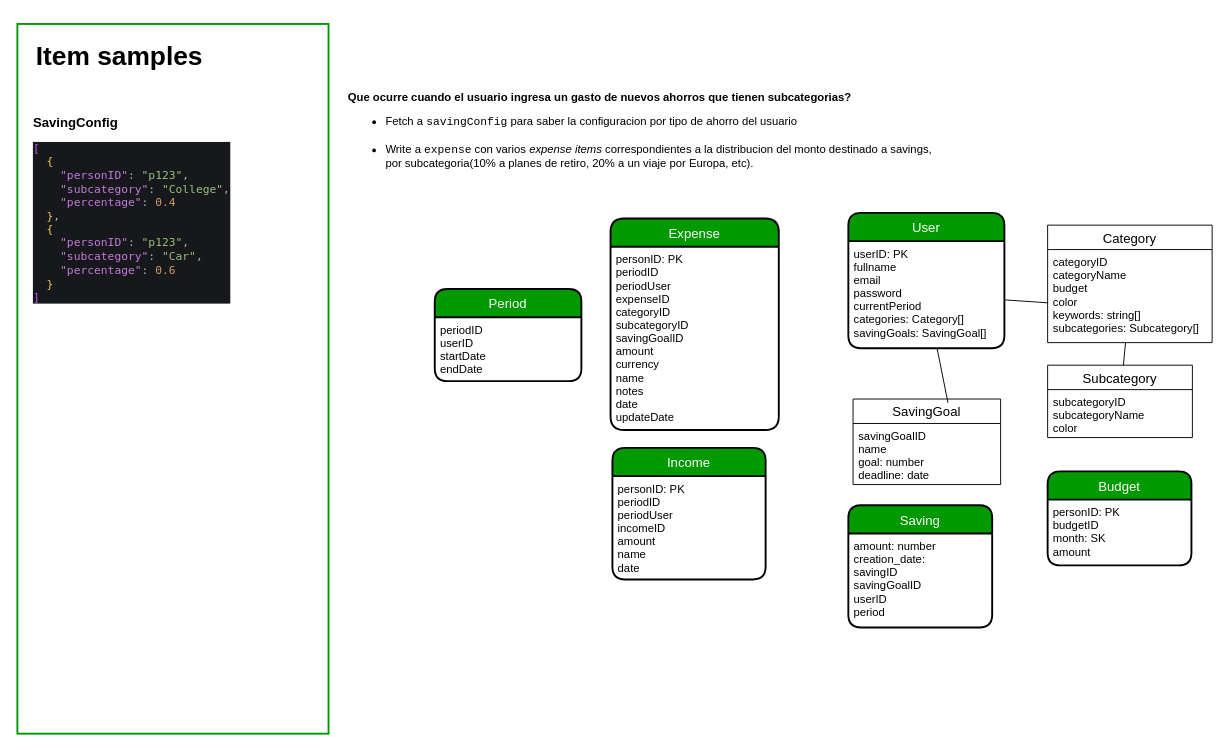
This is page "Data Model" (1 of 2) of diagrams/money-diagrams.drawio from JoelD7/money, a draw.io file, before an edit. Source tidied: cells renumbered, new cells numbered last; positions are measured from the earlier drawing's top-left corner, leaving out a move shared by most shapes. Both pictures are drawn from the tidied source at 94%, with x=0, y=0 at pixel (17, 24).
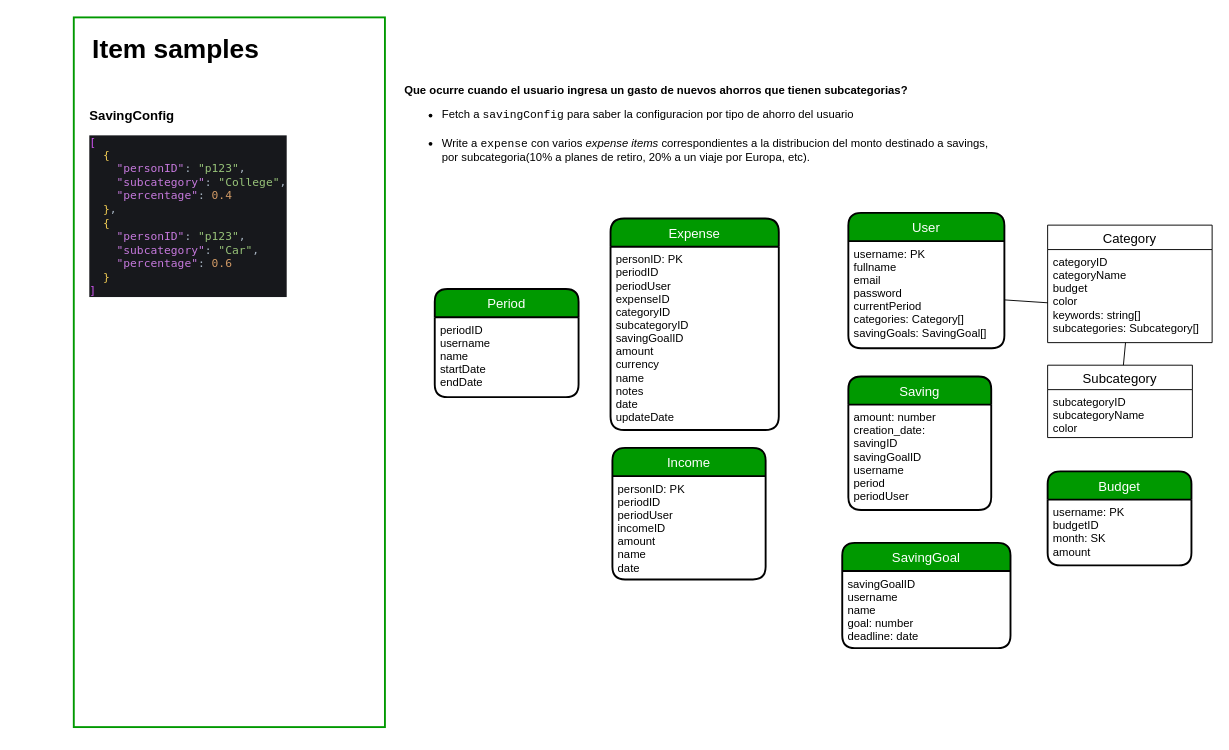
Above is the later version.

Commit message (it also covers changes not shown here):
Add 'SavingGoalName' and 'Period' attributes to Saving

Unchanged cells that the change refers to:
```xml
<mxCell id="11" value="categoryID&#10;categoryName&#10;budget&#10;color&#10;keywords: string[]&#10;subcategories: Subcategory[] " style="text;strokeColor=none;fillColor=none;spacingLeft=4;spacingRight=4;overflow=hidden;points=[[0,0.5],[1,0.5]];portConstraint=eastwest;fontSize=12;" parent="10" vertex="1">
  <mxGeometry y="26" width="175" height="99" as="geometry" />
</mxCell>
```

Change to the diagram source:
```diff
@@
-    <mxCell id="2" value="Expense" style="swimlane;horizontal=1;startSize=30;rounded=1;fontSize=14;fontStyle=0;strokeWidth=2;shadow=0;dashed=0;align=center;labelBackgroundColor=none;arcSize=16;labelBorderColor=none;swimlaneLine=1;swimlaneFillColor=none;gradientColor=none;gradientDirection=north;fillColor=#009900;fontColor=#FFFFFF;" parent="1" vertex="1">
-      <mxGeometry x="631" y="207" width="179" height="225" as="geometry" />
-    </mxCell>
-    <mxCell id="3" value="personID: PK&#10;periodID&#10;periodUser&#10;expenseID&#10;categoryID&#10;subcategoryID&#10;savingGoalID&#10;amount&#10;currency&#10;name&#10;notes&#10;date&#10;updateDate" style="align=left;strokeColor=none;fillColor=none;spacingLeft=4;fontSize=12;verticalAlign=top;" parent="2" vertex="1">
-      <mxGeometry y="30" width="179" height="195" as="geometry" />
-    </mxCell>
-    <mxCell id="4" value="User" style="swimlane;horizontal=1;startSize=30;rounded=1;fontSize=14;fontStyle=0;strokeWidth=2;shadow=0;dashed=0;align=center;fillColor=#009900;fontColor=#FFFFFF;" parent="1" vertex="1">
-      <mxGeometry x="884" y="201" width="166" height="144" as="geometry" />
-    </mxCell>
-    <mxCell id="5" value="userID: PK&#10;fullname&#10;email&#10;password&#10;currentPeriod        &#10;categories: Category[]&#10;savingGoals: SavingGoal[]" style="align=left;strokeColor=none;fillColor=none;spacingLeft=4;fontSize=12;verticalAlign=top;" parent="4" vertex="1">
-      <mxGeometry y="30" width="166" height="114" as="geometry" />
-    </mxCell>
     <mxCell id="6" value="&lt;strong style=&quot;background-color: initial;&quot;&gt;Que ocurre cuando el usuario ingresa un gasto de nuevos ahorros que tienen subcategorias?&lt;/strong&gt;&lt;span style=&quot;background-color: initial;&quot;&gt;&lt;br&gt;&lt;/span&gt;&lt;ul style=&quot;background-color: initial;&quot;&gt;&lt;li&gt;Fetch a &lt;code&gt;savingConfig&lt;/code&gt; para saber la configuracion por tipo de ahorro del usuario&lt;/li&gt;&lt;br&gt;&lt;li&gt;Write a &lt;code&gt;expense&lt;/code&gt; con varios &lt;em&gt;expense items&lt;/em&gt; correspondientes a la distribucion del monto destinado a savings, &lt;br&gt;por subcategoria(10% a planes de retiro, 20% a un viaje por Europa, etc).&lt;/li&gt;&lt;/ul&gt;" style="text;html=1;align=left;verticalAlign=middle;strokeColor=none;fillColor=none;" parent="1" vertex="1">
-      <mxGeometry x="350" y="70" width="631" height="98" as="geometry" />
+      <mxGeometry x="410" y="63" width="631" height="98" as="geometry" />
     </mxCell>
     <mxCell id="7" value="&lt;h1&gt;Item samples&lt;/h1&gt;" style="text;html=1;strokeColor=none;fillColor=none;spacing=5;spacingTop=-20;whiteSpace=wrap;overflow=hidden;rounded=0;shadow=0;dashed=0;labelBackgroundColor=none;labelBorderColor=none;fontFamily=Helvetica;fontSize=14;fontColor=#000000;startSize=30;" parent="1" vertex="1">
-      <mxGeometry x="15" y="9" width="196" height="55" as="geometry" />
+      <mxGeometry x="75" y="2" width="196" height="55" as="geometry" />
     </mxCell>
     <mxCell id="8" style="rounded=0;whiteSpace=wrap;html=1;shadow=0;dashed=0;labelBackgroundColor=none;labelBorderColor=none;fontFamily=Helvetica;fontSize=14;fontColor=#000000;startSize=30;strokeColor=#009900;strokeWidth=2;fillColor=none;gradientColor=none;gradientDirection=north;" parent="1" vertex="1">
-      <mxGeometry width="331" height="755" as="geometry" />
+      <mxGeometry x="60" y="-7" width="331" height="755" as="geometry" />
     </mxCell>
     <mxCell id="9" value="&lt;div&gt;&lt;br&gt;&lt;/div&gt;&lt;div&gt;&lt;b&gt;SavingConfig&lt;/b&gt;&lt;/div&gt;&lt;div&gt;&lt;div style=&quot;&quot;&gt;&lt;pre style=&quot;background-color:#17181c;color:#abb2bf;font-family:'Menlo',monospace;font-size:9.0pt;&quot;&gt;&lt;span style=&quot;color:#d054f1;&quot;&gt;[&lt;br&gt;&lt;/span&gt;&lt;span style=&quot;color:#d054f1;&quot;&gt;  &lt;/span&gt;&lt;span style=&quot;color:#f1cc54;&quot;&gt;{&lt;br&gt;&lt;/span&gt;&lt;span style=&quot;color:#f1cc54;&quot;&gt;    &lt;/span&gt;&lt;span style=&quot;color:#c679dd;&quot;&gt;&quot;personID&quot;&lt;/span&gt;&lt;span style=&quot;color:#a6b2c0;&quot;&gt;: &lt;/span&gt;&lt;span style=&quot;color:#98c379;&quot;&gt;&quot;p123&quot;&lt;/span&gt;&lt;span style=&quot;color:#a6b2c0;&quot;&gt;,&lt;br&gt;&lt;/span&gt;&lt;span style=&quot;color:#a6b2c0;&quot;&gt;    &lt;/span&gt;&lt;span style=&quot;color:#c679dd;&quot;&gt;&quot;subcategory&quot;&lt;/span&gt;&lt;span style=&quot;color:#a6b2c0;&quot;&gt;: &lt;/span&gt;&lt;span style=&quot;color:#98c379;&quot;&gt;&quot;College&quot;&lt;/span&gt;&lt;span style=&quot;color:#a6b2c0;&quot;&gt;,&lt;br&gt;&lt;/span&gt;&lt;span style=&quot;color:#a6b2c0;&quot;&gt;    &lt;/span&gt;&lt;span style=&quot;color:#c679dd;&quot;&gt;&quot;percentage&quot;&lt;/span&gt;&lt;span style=&quot;color:#a6b2c0;&quot;&gt;: &lt;/span&gt;&lt;span style=&quot;color:#d19a66;&quot;&gt;0.4&lt;br&gt;&lt;/span&gt;&lt;span style=&quot;color:#d19a66;&quot;&gt;  &lt;/span&gt;&lt;span style=&quot;color:#f1cc54;&quot;&gt;}&lt;/span&gt;&lt;span style=&quot;color:#a6b2c0;&quot;&gt;,&lt;br&gt;&lt;/span&gt;&lt;span style=&quot;color:#a6b2c0;&quot;&gt;  &lt;/span&gt;&lt;span style=&quot;color:#f1cc54;&quot;&gt;{&lt;br&gt;&lt;/span&gt;&lt;span style=&quot;color:#f1cc54;&quot;&gt;    &lt;/span&gt;&lt;span style=&quot;color:#c679dd;&quot;&gt;&quot;personID&quot;&lt;/span&gt;&lt;span style=&quot;color:#a6b2c0;&quot;&gt;: &lt;/span&gt;&lt;span style=&quot;color:#98c379;&quot;&gt;&quot;p123&quot;&lt;/span&gt;&lt;span style=&quot;color:#a6b2c0;&quot;&gt;,&lt;br&gt;&lt;/span&gt;&lt;span style=&quot;color:#a6b2c0;&quot;&gt;    &lt;/span&gt;&lt;span style=&quot;color:#c679dd;&quot;&gt;&quot;subcategory&quot;&lt;/span&gt;&lt;span style=&quot;color:#a6b2c0;&quot;&gt;: &lt;/span&gt;&lt;span style=&quot;color:#98c379;&quot;&gt;&quot;Car&quot;&lt;/span&gt;&lt;span style=&quot;color:#a6b2c0;&quot;&gt;,&lt;br&gt;&lt;/span&gt;&lt;span style=&quot;color:#a6b2c0;&quot;&gt;    &lt;/span&gt;&lt;span style=&quot;color:#c679dd;&quot;&gt;&quot;percentage&quot;&lt;/span&gt;&lt;span style=&quot;color:#a6b2c0;&quot;&gt;: &lt;/span&gt;&lt;span style=&quot;color:#d19a66;&quot;&gt;0.6&lt;br&gt;&lt;/span&gt;&lt;span style=&quot;color:#d19a66;&quot;&gt;  &lt;/span&gt;&lt;span style=&quot;color:#f1cc54;&quot;&gt;}&lt;br&gt;&lt;/span&gt;&lt;span style=&quot;color:#d054f1;&quot;&gt;]&lt;/span&gt;&lt;/pre&gt;&lt;/div&gt;&lt;/div&gt;&lt;div&gt;&lt;b&gt;&lt;br&gt;&lt;/b&gt;&lt;/div&gt;&lt;div&gt;&lt;b&gt;&lt;br&gt;&lt;/b&gt;&lt;/div&gt;&lt;div&gt;&lt;b&gt;&lt;br&gt;&lt;/b&gt;&lt;/div&gt;&lt;div&gt;&lt;b&gt;&lt;br&gt;&lt;/b&gt;&lt;/div&gt;&lt;div&gt;&lt;b&gt;&lt;br&gt;&lt;/b&gt;&lt;/div&gt;" style="text;html=1;strokeColor=none;fillColor=none;align=left;verticalAlign=top;whiteSpace=wrap;rounded=0;shadow=0;dashed=0;labelBackgroundColor=none;labelBorderColor=none;fontFamily=Helvetica;fontSize=14;fontColor=#000000;startSize=30;" parent="1" vertex="1">
-      <mxGeometry x="15" y="73" width="323" height="677" as="geometry" />
+      <mxGeometry x="75" y="66" width="323" height="677" as="geometry" />
     </mxCell>
+    <mxCell id="2" value="Expense" style="swimlane;horizontal=1;startSize=30;rounded=1;fontSize=14;fontStyle=0;strokeWidth=2;shadow=0;dashed=0;align=center;labelBackgroundColor=none;arcSize=16;labelBorderColor=none;swimlaneLine=1;swimlaneFillColor=none;gradientColor=none;gradientDirection=north;fillColor=#009900;fontColor=#FFFFFF;" parent="1" vertex="1">
+      <mxGeometry x="631" y="207" width="179" height="225" as="geometry" />
+    </mxCell>
+    <mxCell id="3" value="personID: PK&#10;periodID&#10;periodUser&#10;expenseID&#10;categoryID&#10;subcategoryID&#10;savingGoalID&#10;amount&#10;currency&#10;name&#10;notes&#10;date&#10;updateDate" style="align=left;strokeColor=none;fillColor=none;spacingLeft=4;fontSize=12;verticalAlign=top;" parent="2" vertex="1">
+      <mxGeometry y="30" width="179" height="195" as="geometry" />
+    </mxCell>
+    <mxCell id="4" value="User" style="swimlane;horizontal=1;startSize=30;rounded=1;fontSize=14;fontStyle=0;strokeWidth=2;shadow=0;dashed=0;align=center;fillColor=#009900;fontColor=#FFFFFF;" parent="1" vertex="1">
+      <mxGeometry x="884" y="201" width="166" height="144" as="geometry" />
+    </mxCell>
+    <mxCell id="27" value="username: PK&#10;fullname&#10;email&#10;password&#10;currentPeriod        &#10;categories: Category[]&#10;savingGoals: SavingGoal[]" style="align=left;strokeColor=none;fillColor=none;spacingLeft=4;fontSize=12;verticalAlign=top;" parent="4" vertex="1">
+      <mxGeometry y="30" width="166" height="114" as="geometry" />
+    </mxCell>
@@
-    <mxCell id="12" style="endArrow=none;html=1;rounded=0;entryX=0.001;entryY=0.572;entryDx=0;entryDy=0;entryPerimeter=0;" parent="1" edge="1" source="5" target="11">
-      <mxGeometry relative="1" as="geometry" />
-    </mxCell>
+    <mxCell id="28" style="endArrow=none;html=1;rounded=0;entryX=0.001;entryY=0.572;entryDx=0;entryDy=0;entryPerimeter=0;" parent="1" edge="1" source="27" target="11">
+      <mxGeometry relative="1" as="geometry" />
+    </mxCell>
@@
+    <mxCell id="21" value="Budget" style="swimlane;horizontal=1;startSize=30;rounded=1;fontSize=14;fontStyle=0;strokeWidth=2;shadow=0;dashed=0;align=center;fillColor=#009900;fontColor=#FFFFFF;" parent="1" vertex="1">
+      <mxGeometry x="1096" y="476" width="153" height="100" as="geometry" />
+    </mxCell>
+    <mxCell id="29" value="username: PK&#10;budgetID&#10;month: SK&#10;amount" style="align=left;strokeColor=none;fillColor=none;spacingLeft=4;fontSize=12;verticalAlign=top;" parent="21" vertex="1">
+      <mxGeometry y="30" width="153" height="70" as="geometry" />
+    </mxCell>
+    <mxCell id="23" value="Period" style="swimlane;horizontal=1;startSize=30;rounded=1;fontSize=14;fontStyle=0;strokeWidth=2;shadow=0;dashed=0;align=center;fillColor=#009900;fontColor=#FFFFFF;" parent="1" vertex="1">
+      <mxGeometry x="444" y="282" width="153" height="115" as="geometry" />
+    </mxCell>
+    <mxCell id="30" value="periodID&#10;username&#10;name&#10;startDate&#10;endDate" style="align=left;strokeColor=none;fillColor=none;spacingLeft=4;fontSize=12;verticalAlign=top;" parent="23" vertex="1">
+      <mxGeometry y="30" width="153" height="85" as="geometry" />
+    </mxCell>
+    <mxCell id="25" value="Saving" style="swimlane;horizontal=1;startSize=30;rounded=1;fontSize=14;fontStyle=0;strokeWidth=2;shadow=0;dashed=0;align=center;fillColor=#009900;fontColor=#FFFFFF;" parent="1" vertex="1">
+      <mxGeometry x="884" y="375" width="152" height="142" as="geometry" />
+    </mxCell>
+    <mxCell id="31" value="amount: number&#10;creation_date:&#10;savingID&#10;savingGoalID&#10;username&#10;period&#10;periodUser&#10;" style="align=left;strokeColor=none;fillColor=none;spacingLeft=4;fontSize=12;verticalAlign=top;" parent="25" vertex="1">
+      <mxGeometry y="30" width="152" height="112" as="geometry" />
+    </mxCell>
-    <mxCell id="18" value="SavingGoal" style="swimlane;fontStyle=0;horizontal=1;startSize=26;align=center;fontSize=14;" parent="1" vertex="1">
-      <mxGeometry x="889" y="399" width="157" height="91" as="geometry" />
+    <mxCell id="18" value="SavingGoal" style="swimlane;horizontal=1;startSize=30;rounded=1;fontSize=14;fontStyle=0;strokeWidth=2;shadow=0;dashed=0;align=center;fillColor=#009900;fontColor=#FFFFFF;" parent="1" vertex="1">
+      <mxGeometry x="877.5" y="552" width="179" height="112" as="geometry" />
     </mxCell>
-    <mxCell id="19" style="endArrow=none;html=1;rounded=0;" parent="18" edge="1" source="5">
-      <mxGeometry relative="1" as="geometry">
-        <mxPoint x="101" y="4" as="targetPoint" />
-      </mxGeometry>
-    </mxCell>
-    <mxCell id="20" value="savingGoalID&#10;name&#10;goal: number&#10;deadline: date" style="text;strokeColor=none;fillColor=none;spacingLeft=4;spacingRight=4;overflow=hidden;fontSize=12;" parent="18" vertex="1">
-      <mxGeometry y="26" width="157" height="65" as="geometry" />
-    </mxCell>
-    <mxCell id="21" value="Budget" style="swimlane;horizontal=1;startSize=30;rounded=1;fontSize=14;fontStyle=0;strokeWidth=2;shadow=0;dashed=0;align=center;fillColor=#009900;fontColor=#FFFFFF;" parent="1" vertex="1">
-      <mxGeometry x="1096" y="476" width="153" height="100" as="geometry" />
-    </mxCell>
-    <mxCell id="22" value="personID: PK&#10;budgetID&#10;month: SK&#10;amount" style="align=left;strokeColor=none;fillColor=none;spacingLeft=4;fontSize=12;verticalAlign=top;" parent="21" vertex="1">
-      <mxGeometry y="30" width="153" height="70" as="geometry" />
-    </mxCell>
-    <mxCell id="23" value="Period" style="swimlane;horizontal=1;startSize=30;rounded=1;fontSize=14;fontStyle=0;strokeWidth=2;shadow=0;dashed=0;align=center;fillColor=#009900;fontColor=#FFFFFF;" parent="1" vertex="1">
-      <mxGeometry x="444" y="282" width="156" height="98" as="geometry" />
-    </mxCell>
-    <mxCell id="24" value="periodID&#10;userID&#10;startDate&#10;endDate" style="align=left;strokeColor=none;fillColor=none;spacingLeft=4;fontSize=12;verticalAlign=top;" parent="23" vertex="1">
-      <mxGeometry y="30" width="156" height="68" as="geometry" />
-    </mxCell>
-    <mxCell id="25" value="Saving" style="swimlane;horizontal=1;startSize=30;rounded=1;fontSize=14;fontStyle=0;strokeWidth=2;shadow=0;dashed=0;align=center;fillColor=#009900;fontColor=#FFFFFF;" parent="1" vertex="1">
-      <mxGeometry x="884" y="512" width="153" height="130" as="geometry" />
-    </mxCell>
-    <mxCell id="26" value="amount: number&#10;creation_date:&#10;savingID&#10;savingGoalID&#10;userID&#10;period" style="align=left;strokeColor=none;fillColor=none;spacingLeft=4;fontSize=12;verticalAlign=top;" parent="25" vertex="1">
-      <mxGeometry y="30" width="153" height="100" as="geometry" />
-    </mxCell>
+    <mxCell id="32" value="savingGoalID&#10;username&#10;name&#10;goal: number&#10;deadline: date" style="align=left;strokeColor=none;fillColor=none;spacingLeft=4;fontSize=12;verticalAlign=top;" parent="18" vertex="1">
+      <mxGeometry y="30" width="179" height="82" as="geometry" />
+    </mxCell>
```
